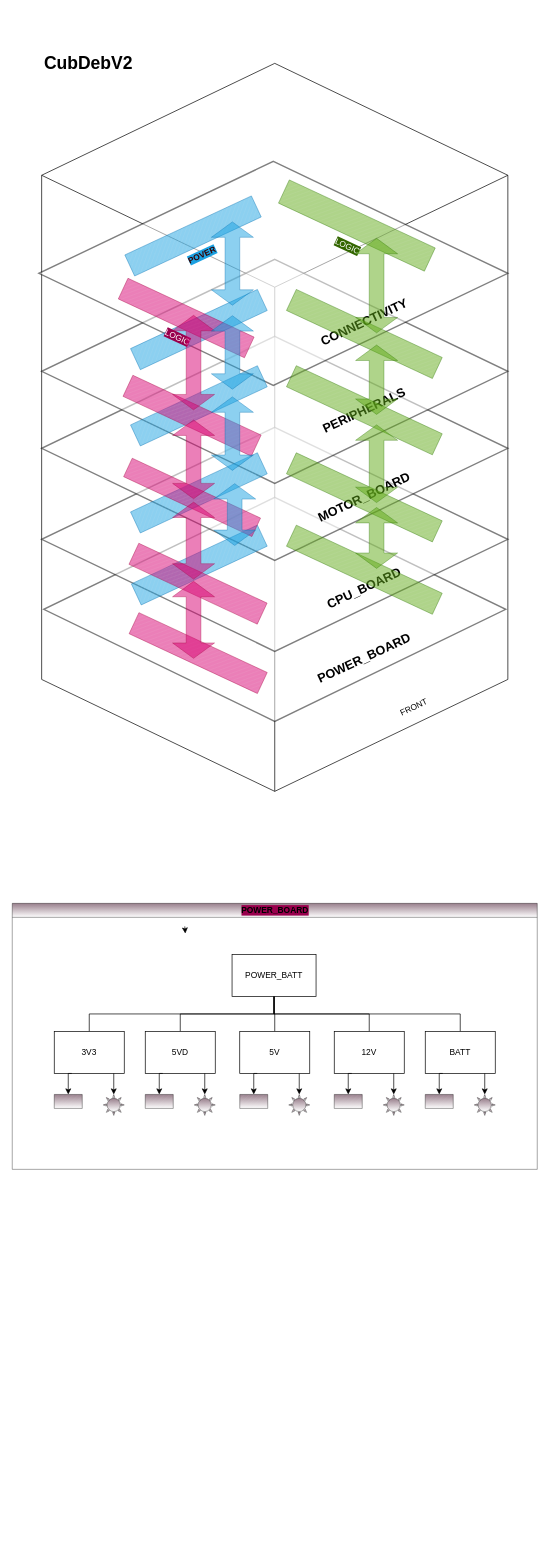
Earlier version of the draw.io diagram CubElec.drawio (f4deb/draw-io). Source tidied: cells renumbered, new cells numbered last; positions are measured from the earlier drawing's top-left corner, leaving out a move shared by most shapes. Both pictures are drawn from the tidied source at 70%, with x=0, y=0 at pixel (12, 49).
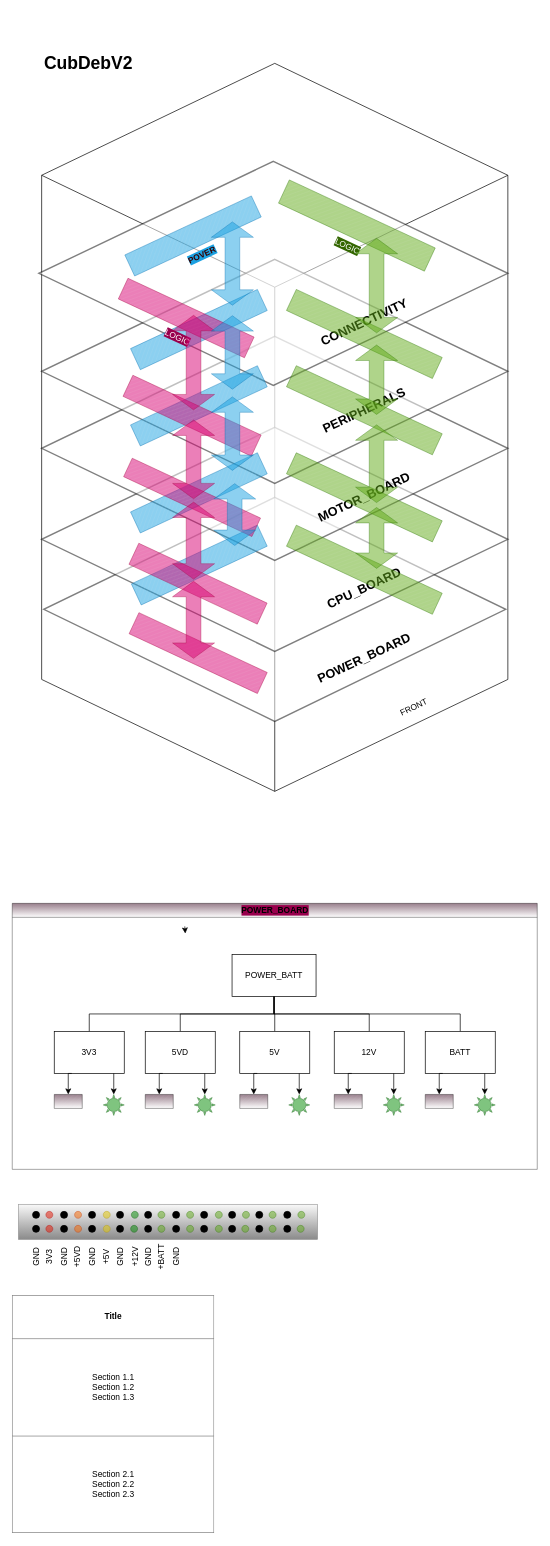
Above is the later version.

Unchanged cells that the change refers to:
```xml
<mxCell id="42" value="POWER_BOARD" style="swimlane;html=1;startSize=20;horizontal=1;containerType=tree;newEdgeStyle={&quot;edgeStyle&quot;:&quot;elbowEdgeStyle&quot;,&quot;startArrow&quot;:&quot;none&quot;,&quot;endArrow&quot;:&quot;none&quot;};rounded=0;labelBackgroundColor=#99004D;fillColor=#33001A;gradientColor=#ffffff;opacity=50;" parent="1" vertex="1">
  <mxGeometry y="1220" width="750" height="380" as="geometry" />
</mxCell>
```

Diff of the diagram source:
```diff
@@
+    <mxCell id="75" style="rounded=0;whiteSpace=wrap;html=1;shadow=0;labelBackgroundColor=#99004D;sketch=0;strokeColor=#666666;fillColor=#f5f5f5;opacity=60;gradientColor=#3D3D3D;" parent="1" vertex="1">
+      <mxGeometry x="9" y="1650" width="427" height="50" as="geometry" />
+    </mxCell>
@@
-    <mxCell id="54" style="verticalLabelPosition=bottom;verticalAlign=top;html=1;shape=mxgraph.basic.sun;rounded=0;labelBackgroundColor=#99004D;fillColor=#33001A;gradientColor=#ffffff;opacity=50;" parent="42" vertex="1">
+    <mxCell id="54" style="verticalLabelPosition=bottom;verticalAlign=top;html=1;shape=mxgraph.basic.sun;rounded=0;labelBackgroundColor=#99004D;fillColor=#008a00;opacity=50;strokeColor=#005700;fontColor=#ffffff;" parent="42" vertex="1">
       <mxGeometry x="130" y="273" width="30" height="30" as="geometry" />
     </mxCell>
@@
-    <mxCell id="56" style="verticalLabelPosition=bottom;verticalAlign=top;html=1;shape=mxgraph.basic.sun;rounded=0;labelBackgroundColor=#99004D;fillColor=#33001A;gradientColor=#ffffff;opacity=50;" parent="42" vertex="1">
+    <mxCell id="56" style="verticalLabelPosition=bottom;verticalAlign=top;html=1;shape=mxgraph.basic.sun;rounded=0;labelBackgroundColor=#99004D;fillColor=#008a00;opacity=50;strokeColor=#005700;fontColor=#ffffff;" parent="42" vertex="1">
       <mxGeometry x="260" y="273" width="30" height="30" as="geometry" />
     </mxCell>
@@
-    <mxCell id="58" style="verticalLabelPosition=bottom;verticalAlign=top;html=1;shape=mxgraph.basic.sun;rounded=0;labelBackgroundColor=#99004D;fillColor=#33001A;gradientColor=#ffffff;opacity=50;" parent="42" vertex="1">
+    <mxCell id="58" style="verticalLabelPosition=bottom;verticalAlign=top;html=1;shape=mxgraph.basic.sun;rounded=0;labelBackgroundColor=#99004D;fillColor=#008a00;opacity=50;strokeColor=#005700;fontColor=#ffffff;" parent="42" vertex="1">
       <mxGeometry x="395" y="273" width="30" height="30" as="geometry" />
     </mxCell>
@@
-    <mxCell id="60" style="verticalLabelPosition=bottom;verticalAlign=top;html=1;shape=mxgraph.basic.sun;rounded=0;labelBackgroundColor=#99004D;fillColor=#33001A;gradientColor=#ffffff;opacity=50;" parent="42" vertex="1">
+    <mxCell id="60" style="verticalLabelPosition=bottom;verticalAlign=top;html=1;shape=mxgraph.basic.sun;rounded=0;labelBackgroundColor=#99004D;fillColor=#008a00;opacity=50;strokeColor=#005700;fontColor=#ffffff;" parent="42" vertex="1">
       <mxGeometry x="530" y="273" width="30" height="30" as="geometry" />
     </mxCell>
@@
-    <mxCell id="62" style="verticalLabelPosition=bottom;verticalAlign=top;html=1;shape=mxgraph.basic.sun;rounded=0;labelBackgroundColor=#99004D;fillColor=#33001A;gradientColor=#ffffff;opacity=50;" parent="42" vertex="1">
+    <mxCell id="62" style="verticalLabelPosition=bottom;verticalAlign=top;html=1;shape=mxgraph.basic.sun;rounded=0;labelBackgroundColor=#99004D;fillColor=#008a00;opacity=50;strokeColor=#005700;fontColor=#ffffff;" parent="42" vertex="1">
       <mxGeometry x="660" y="273" width="30" height="30" as="geometry" />
     </mxCell>
@@
+    <mxCell id="76" style="verticalLabelPosition=bottom;verticalAlign=top;html=1;shape=mxgraph.basic.donut;dx=25;rounded=0;labelBackgroundColor=#99004D;fillColor=#60a917;opacity=50;strokeColor=#2D7600;fontColor=#ffffff;" parent="1" vertex="1">
+      <mxGeometry x="408" y="1660" width="10" height="10" as="geometry" />
+    </mxCell>
+    <mxCell id="77" style="ellipse;whiteSpace=wrap;html=1;rounded=0;labelBackgroundColor=#99004D;fillColor=#000000;" parent="1" vertex="1">
+      <mxGeometry x="29" y="1660" width="10" height="10" as="geometry" />
+    </mxCell>
+    <mxCell id="78" style="ellipse;whiteSpace=wrap;html=1;rounded=0;labelBackgroundColor=#99004D;fillColor=#000000;" parent="1" vertex="1">
+      <mxGeometry x="29" y="1680" width="10" height="10" as="geometry" />
+    </mxCell>
+    <mxCell id="79" style="verticalLabelPosition=bottom;verticalAlign=top;html=1;shape=mxgraph.basic.donut;dx=25;rounded=0;labelBackgroundColor=#99004D;fillColor=#e51400;strokeColor=#B20000;fontColor=#ffffff;opacity=50;" parent="1" vertex="1">
+      <mxGeometry x="48" y="1660" width="10" height="10" as="geometry" />
+    </mxCell>
+    <mxCell id="80" style="verticalLabelPosition=bottom;verticalAlign=top;html=1;shape=mxgraph.basic.donut;dx=25;rounded=0;labelBackgroundColor=#99004D;fillColor=#e51400;strokeColor=#B20000;fontColor=#ffffff;opacity=50;" parent="1" vertex="1">
+      <mxGeometry x="48" y="1680" width="10" height="10" as="geometry" />
+    </mxCell>
+    <mxCell id="81" style="ellipse;whiteSpace=wrap;html=1;rounded=0;labelBackgroundColor=#99004D;fillColor=#000000;" parent="1" vertex="1">
+      <mxGeometry x="69" y="1660" width="10" height="10" as="geometry" />
+    </mxCell>
+    <mxCell id="82" style="ellipse;whiteSpace=wrap;html=1;rounded=0;labelBackgroundColor=#99004D;fillColor=#000000;" parent="1" vertex="1">
+      <mxGeometry x="69" y="1680" width="10" height="10" as="geometry" />
+    </mxCell>
+    <mxCell id="83" style="verticalLabelPosition=bottom;verticalAlign=top;html=1;shape=mxgraph.basic.donut;dx=25;rounded=0;labelBackgroundColor=#99004D;fillColor=#fa6800;opacity=50;strokeColor=#C73500;fontColor=#ffffff;" parent="1" vertex="1">
+      <mxGeometry x="89" y="1660" width="10" height="10" as="geometry" />
+    </mxCell>
+    <mxCell id="84" style="verticalLabelPosition=bottom;verticalAlign=top;html=1;shape=mxgraph.basic.donut;dx=25;rounded=0;labelBackgroundColor=#99004D;fillColor=#fa6800;opacity=50;strokeColor=#C73500;fontColor=#ffffff;" parent="1" vertex="1">
+      <mxGeometry x="89" y="1680" width="10" height="10" as="geometry" />
+    </mxCell>
+    <mxCell id="85" style="ellipse;whiteSpace=wrap;html=1;rounded=0;labelBackgroundColor=#99004D;fillColor=#000000;" parent="1" vertex="1">
+      <mxGeometry x="109" y="1660" width="10" height="10" as="geometry" />
+    </mxCell>
+    <mxCell id="86" style="ellipse;whiteSpace=wrap;html=1;rounded=0;labelBackgroundColor=#99004D;fillColor=#000000;" parent="1" vertex="1">
+      <mxGeometry x="109" y="1680" width="10" height="10" as="geometry" />
+    </mxCell>
+    <mxCell id="87" style="verticalLabelPosition=bottom;verticalAlign=top;html=1;shape=mxgraph.basic.donut;dx=25;rounded=0;labelBackgroundColor=#99004D;fillColor=#e3c800;opacity=50;strokeColor=#B09500;fontColor=#ffffff;" parent="1" vertex="1">
+      <mxGeometry x="130" y="1660" width="10" height="10" as="geometry" />
+    </mxCell>
+    <mxCell id="88" style="verticalLabelPosition=bottom;verticalAlign=top;html=1;shape=mxgraph.basic.donut;dx=25;rounded=0;labelBackgroundColor=#99004D;fillColor=#e3c800;opacity=50;strokeColor=#B09500;fontColor=#ffffff;" parent="1" vertex="1">
+      <mxGeometry x="130" y="1680" width="10" height="10" as="geometry" />
+    </mxCell>
+    <mxCell id="89" style="ellipse;whiteSpace=wrap;html=1;rounded=0;labelBackgroundColor=#99004D;fillColor=#000000;" parent="1" vertex="1">
+      <mxGeometry x="149" y="1660" width="10" height="10" as="geometry" />
+    </mxCell>
+    <mxCell id="90" style="ellipse;whiteSpace=wrap;html=1;rounded=0;labelBackgroundColor=#99004D;fillColor=#000000;" parent="1" vertex="1">
+      <mxGeometry x="149" y="1680" width="10" height="10" as="geometry" />
+    </mxCell>
+    <mxCell id="91" style="verticalLabelPosition=bottom;verticalAlign=top;html=1;shape=mxgraph.basic.donut;dx=5;rounded=0;labelBackgroundColor=#99004D;fillColor=#60a917;opacity=50;strokeColor=#2D7600;fontColor=#ffffff;" parent="1" vertex="1">
+      <mxGeometry x="407" y="1680" width="10" height="10" as="geometry" />
+    </mxCell>
+    <mxCell id="92" style="verticalLabelPosition=bottom;verticalAlign=top;html=1;shape=mxgraph.basic.donut;dx=25;rounded=0;labelBackgroundColor=#99004D;fillColor=#008a00;opacity=50;strokeColor=#005700;fontColor=#ffffff;" parent="1" vertex="1">
+      <mxGeometry x="170.1" y="1660" width="10" height="10" as="geometry" />
+    </mxCell>
+    <mxCell id="93" style="ellipse;whiteSpace=wrap;html=1;rounded=0;labelBackgroundColor=#99004D;fillColor=#000000;" parent="1" vertex="1">
+      <mxGeometry x="189.1" y="1660" width="10" height="10" as="geometry" />
+    </mxCell>
+    <mxCell id="94" style="ellipse;whiteSpace=wrap;html=1;rounded=0;labelBackgroundColor=#99004D;fillColor=#000000;" parent="1" vertex="1">
+      <mxGeometry x="189.1" y="1680" width="10" height="10" as="geometry" />
+    </mxCell>
+    <mxCell id="95" style="verticalLabelPosition=bottom;verticalAlign=top;html=1;shape=mxgraph.basic.donut;dx=25;rounded=0;labelBackgroundColor=#99004D;fillColor=#60a917;opacity=50;strokeColor=#2D7600;fontColor=#ffffff;" parent="1" vertex="1">
+      <mxGeometry x="208.1" y="1660" width="10" height="10" as="geometry" />
+    </mxCell>
+    <mxCell id="96" style="verticalLabelPosition=bottom;verticalAlign=top;html=1;shape=mxgraph.basic.donut;dx=25;rounded=0;labelBackgroundColor=#99004D;fillColor=#60a917;opacity=50;strokeColor=#2D7600;fontColor=#ffffff;" parent="1" vertex="1">
+      <mxGeometry x="208.1" y="1680" width="10" height="10" as="geometry" />
+    </mxCell>
+    <mxCell id="97" style="ellipse;whiteSpace=wrap;html=1;rounded=0;labelBackgroundColor=#99004D;fillColor=#000000;" parent="1" vertex="1">
+      <mxGeometry x="229.1" y="1660" width="10" height="10" as="geometry" />
+    </mxCell>
+    <mxCell id="98" style="ellipse;whiteSpace=wrap;html=1;rounded=0;labelBackgroundColor=#99004D;fillColor=#000000;" parent="1" vertex="1">
+      <mxGeometry x="229.1" y="1680" width="10" height="10" as="geometry" />
+    </mxCell>
+    <mxCell id="99" style="verticalLabelPosition=bottom;verticalAlign=top;html=1;shape=mxgraph.basic.donut;dx=25;rounded=0;labelBackgroundColor=#99004D;fillColor=#60a917;opacity=50;strokeColor=#2D7600;fontColor=#ffffff;" parent="1" vertex="1">
+      <mxGeometry x="249.1" y="1660" width="10" height="10" as="geometry" />
+    </mxCell>
+    <mxCell id="100" style="verticalLabelPosition=bottom;verticalAlign=top;html=1;shape=mxgraph.basic.donut;dx=25;rounded=0;labelBackgroundColor=#99004D;fillColor=#60a917;opacity=50;strokeColor=#2D7600;fontColor=#ffffff;" parent="1" vertex="1">
+      <mxGeometry x="249.1" y="1680" width="10" height="10" as="geometry" />
+    </mxCell>
+    <mxCell id="101" style="ellipse;whiteSpace=wrap;html=1;rounded=0;labelBackgroundColor=#99004D;fillColor=#000000;" parent="1" vertex="1">
+      <mxGeometry x="269.1" y="1660" width="10" height="10" as="geometry" />
+    </mxCell>
+    <mxCell id="102" style="ellipse;whiteSpace=wrap;html=1;rounded=0;labelBackgroundColor=#99004D;fillColor=#000000;" parent="1" vertex="1">
+      <mxGeometry x="269.1" y="1680" width="10" height="10" as="geometry" />
+    </mxCell>
+    <mxCell id="103" style="verticalLabelPosition=bottom;verticalAlign=top;html=1;shape=mxgraph.basic.donut;dx=25;rounded=0;labelBackgroundColor=#99004D;fillColor=#60a917;opacity=50;strokeColor=#2D7600;fontColor=#ffffff;" parent="1" vertex="1">
+      <mxGeometry x="290.1" y="1660" width="10" height="10" as="geometry" />
+    </mxCell>
+    <mxCell id="104" style="verticalLabelPosition=bottom;verticalAlign=top;html=1;shape=mxgraph.basic.donut;dx=25;rounded=0;labelBackgroundColor=#99004D;fillColor=#60a917;opacity=50;strokeColor=#2D7600;fontColor=#ffffff;" parent="1" vertex="1">
+      <mxGeometry x="290.1" y="1680" width="10" height="10" as="geometry" />
+    </mxCell>
+    <mxCell id="105" style="ellipse;whiteSpace=wrap;html=1;rounded=0;labelBackgroundColor=#99004D;fillColor=#000000;" parent="1" vertex="1">
+      <mxGeometry x="309.1" y="1660" width="10" height="10" as="geometry" />
+    </mxCell>
+    <mxCell id="106" style="ellipse;whiteSpace=wrap;html=1;rounded=0;labelBackgroundColor=#99004D;fillColor=#000000;" parent="1" vertex="1">
+      <mxGeometry x="309.1" y="1680" width="10" height="10" as="geometry" />
+    </mxCell>
+    <mxCell id="107" style="verticalLabelPosition=bottom;verticalAlign=top;html=1;shape=mxgraph.basic.donut;dx=5;rounded=0;labelBackgroundColor=#99004D;fillColor=#008a00;opacity=50;strokeColor=#005700;fontColor=#ffffff;" parent="1" vertex="1">
+      <mxGeometry x="169.1" y="1680" width="10" height="10" as="geometry" />
+    </mxCell>
+    <mxCell id="108" style="verticalLabelPosition=bottom;verticalAlign=top;html=1;shape=mxgraph.basic.donut;dx=25;rounded=0;labelBackgroundColor=#99004D;fillColor=#60a917;opacity=50;strokeColor=#2D7600;fontColor=#ffffff;" parent="1" vertex="1">
+      <mxGeometry x="328.9" y="1660" width="10" height="10" as="geometry" />
+    </mxCell>
+    <mxCell id="109" style="ellipse;whiteSpace=wrap;html=1;rounded=0;labelBackgroundColor=#99004D;fillColor=#000000;" parent="1" vertex="1">
+      <mxGeometry x="347.9" y="1660" width="10" height="10" as="geometry" />
+    </mxCell>
+    <mxCell id="110" style="ellipse;whiteSpace=wrap;html=1;rounded=0;labelBackgroundColor=#99004D;fillColor=#000000;" parent="1" vertex="1">
+      <mxGeometry x="347.9" y="1680" width="10" height="10" as="geometry" />
+    </mxCell>
+    <mxCell id="111" style="verticalLabelPosition=bottom;verticalAlign=top;html=1;shape=mxgraph.basic.donut;dx=25;rounded=0;labelBackgroundColor=#99004D;fillColor=#60a917;opacity=50;strokeColor=#2D7600;fontColor=#ffffff;" parent="1" vertex="1">
+      <mxGeometry x="366.9" y="1660" width="10" height="10" as="geometry" />
+    </mxCell>
+    <mxCell id="112" style="verticalLabelPosition=bottom;verticalAlign=top;html=1;shape=mxgraph.basic.donut;dx=25;rounded=0;labelBackgroundColor=#99004D;fillColor=#60a917;opacity=50;strokeColor=#2D7600;fontColor=#ffffff;" parent="1" vertex="1">
+      <mxGeometry x="366.9" y="1680" width="10" height="10" as="geometry" />
+    </mxCell>
+    <mxCell id="113" style="ellipse;whiteSpace=wrap;html=1;rounded=0;labelBackgroundColor=#99004D;fillColor=#000000;" parent="1" vertex="1">
+      <mxGeometry x="387.9" y="1660" width="10" height="10" as="geometry" />
+    </mxCell>
+    <mxCell id="114" style="ellipse;whiteSpace=wrap;html=1;rounded=0;labelBackgroundColor=#99004D;fillColor=#000000;" parent="1" vertex="1">
+      <mxGeometry x="387.9" y="1680" width="10" height="10" as="geometry" />
+    </mxCell>
+    <mxCell id="115" style="verticalLabelPosition=bottom;verticalAlign=top;html=1;shape=mxgraph.basic.donut;dx=5;rounded=0;labelBackgroundColor=#99004D;fillColor=#60a917;opacity=50;strokeColor=#2D7600;fontColor=#ffffff;" parent="1" vertex="1">
+      <mxGeometry x="327.9" y="1680" width="10" height="10" as="geometry" />
+    </mxCell>
+    <mxCell id="116" value="&lt;div&gt;GND&lt;/div&gt;" style="text;html=1;strokeColor=none;fillColor=none;align=center;verticalAlign=middle;whiteSpace=wrap;rounded=0;shadow=0;labelBackgroundColor=#FFFFFF;sketch=0;opacity=60;rotation=-90;" parent="1" vertex="1">
+      <mxGeometry x="14" y="1715" width="40" height="20" as="geometry" />
+    </mxCell>
+    <mxCell id="117" value="&lt;div&gt;GND&lt;/div&gt;" style="text;html=1;strokeColor=none;fillColor=none;align=center;verticalAlign=middle;whiteSpace=wrap;rounded=0;shadow=0;labelBackgroundColor=#FFFFFF;sketch=0;opacity=60;rotation=-90;" parent="1" vertex="1">
+      <mxGeometry x="54" y="1715" width="40" height="20" as="geometry" />
+    </mxCell>
+    <mxCell id="118" value="&lt;div&gt;GND&lt;/div&gt;" style="text;html=1;strokeColor=none;fillColor=none;align=center;verticalAlign=middle;whiteSpace=wrap;rounded=0;shadow=0;labelBackgroundColor=#FFFFFF;sketch=0;opacity=60;rotation=-90;" parent="1" vertex="1">
+      <mxGeometry x="94" y="1715" width="40" height="20" as="geometry" />
+    </mxCell>
+    <mxCell id="119" value="&lt;div&gt;GND&lt;/div&gt;" style="text;html=1;strokeColor=none;fillColor=none;align=center;verticalAlign=middle;whiteSpace=wrap;rounded=0;shadow=0;labelBackgroundColor=#FFFFFF;sketch=0;opacity=60;rotation=-90;" parent="1" vertex="1">
+      <mxGeometry x="134" y="1715" width="40" height="20" as="geometry" />
+    </mxCell>
+    <mxCell id="120" value="3V3" style="text;html=1;strokeColor=none;fillColor=none;align=center;verticalAlign=middle;whiteSpace=wrap;rounded=0;shadow=0;labelBackgroundColor=#FFFFFF;sketch=0;opacity=60;rotation=-90;" parent="1" vertex="1">
+      <mxGeometry x="33" y="1715" width="40" height="20" as="geometry" />
+    </mxCell>
+    <mxCell id="121" value="+5VD" style="text;html=1;strokeColor=none;fillColor=none;align=center;verticalAlign=middle;whiteSpace=wrap;rounded=0;shadow=0;labelBackgroundColor=#FFFFFF;sketch=0;opacity=60;rotation=-90;" parent="1" vertex="1">
+      <mxGeometry x="73" y="1715" width="40" height="20" as="geometry" />
+    </mxCell>
+    <mxCell id="122" value="+5V" style="text;html=1;strokeColor=none;fillColor=none;align=center;verticalAlign=middle;whiteSpace=wrap;rounded=0;shadow=0;labelBackgroundColor=#FFFFFF;sketch=0;opacity=60;rotation=-90;" parent="1" vertex="1">
+      <mxGeometry x="115" y="1715" width="40" height="20" as="geometry" />
+    </mxCell>
+    <mxCell id="123" value="+12V" style="text;html=1;strokeColor=none;fillColor=none;align=center;verticalAlign=middle;whiteSpace=wrap;rounded=0;shadow=0;labelBackgroundColor=#FFFFFF;sketch=0;opacity=60;rotation=-90;" parent="1" vertex="1">
+      <mxGeometry x="155.8" y="1715" width="40" height="20" as="geometry" />
+    </mxCell>
+    <mxCell id="124" value="GND" style="text;html=1;strokeColor=none;fillColor=none;align=center;verticalAlign=middle;whiteSpace=wrap;rounded=0;shadow=0;labelBackgroundColor=#FFFFFF;sketch=0;opacity=60;rotation=-90;" parent="1" vertex="1">
+      <mxGeometry x="174.1" y="1715" width="40" height="20" as="geometry" />
+    </mxCell>
+    <mxCell id="125" value="+BATT" style="text;html=1;strokeColor=none;fillColor=none;align=center;verticalAlign=middle;whiteSpace=wrap;rounded=0;shadow=0;labelBackgroundColor=#FFFFFF;sketch=0;opacity=60;rotation=-90;" parent="1" vertex="1">
+      <mxGeometry x="193.1" y="1715" width="40" height="20" as="geometry" />
+    </mxCell>
+    <mxCell id="126" value="GND" style="text;html=1;strokeColor=none;fillColor=none;align=center;verticalAlign=middle;whiteSpace=wrap;rounded=0;shadow=0;labelBackgroundColor=#FFFFFF;sketch=0;opacity=60;rotation=-90;" parent="1" vertex="1">
+      <mxGeometry x="211.6" y="1715" width="45.1" height="20" as="geometry" />
+    </mxCell>
+    <mxCell id="127" value="&lt;table border=&quot;1&quot; width=&quot;100%&quot; height=&quot;100%&quot; cellpadding=&quot;4&quot; style=&quot;width:100%;height:100%;border-collapse:collapse;&quot;&gt;&lt;tr&gt;&lt;th align=&quot;center&quot;&gt;&lt;b&gt;Title&lt;/b&gt;&lt;/th&gt;&lt;/tr&gt;&lt;tr&gt;&lt;td align=&quot;center&quot;&gt;Section 1.1&#10;Section 1.2&#10;Section 1.3&lt;/td&gt;&lt;/tr&gt;&lt;tr&gt;&lt;td align=&quot;center&quot;&gt;Section 2.1&#10;Section 2.2&#10;Section 2.3&lt;/td&gt;&lt;/tr&gt;&lt;/table&gt;" style="text;html=1;strokeColor=none;fillColor=none;overflow=fill;rounded=0;shadow=0;labelBackgroundColor=#FFFFFF;sketch=0;opacity=50;" parent="1" vertex="1">
+      <mxGeometry y="1780" width="289" height="340" as="geometry" />
+    </mxCell>
```
